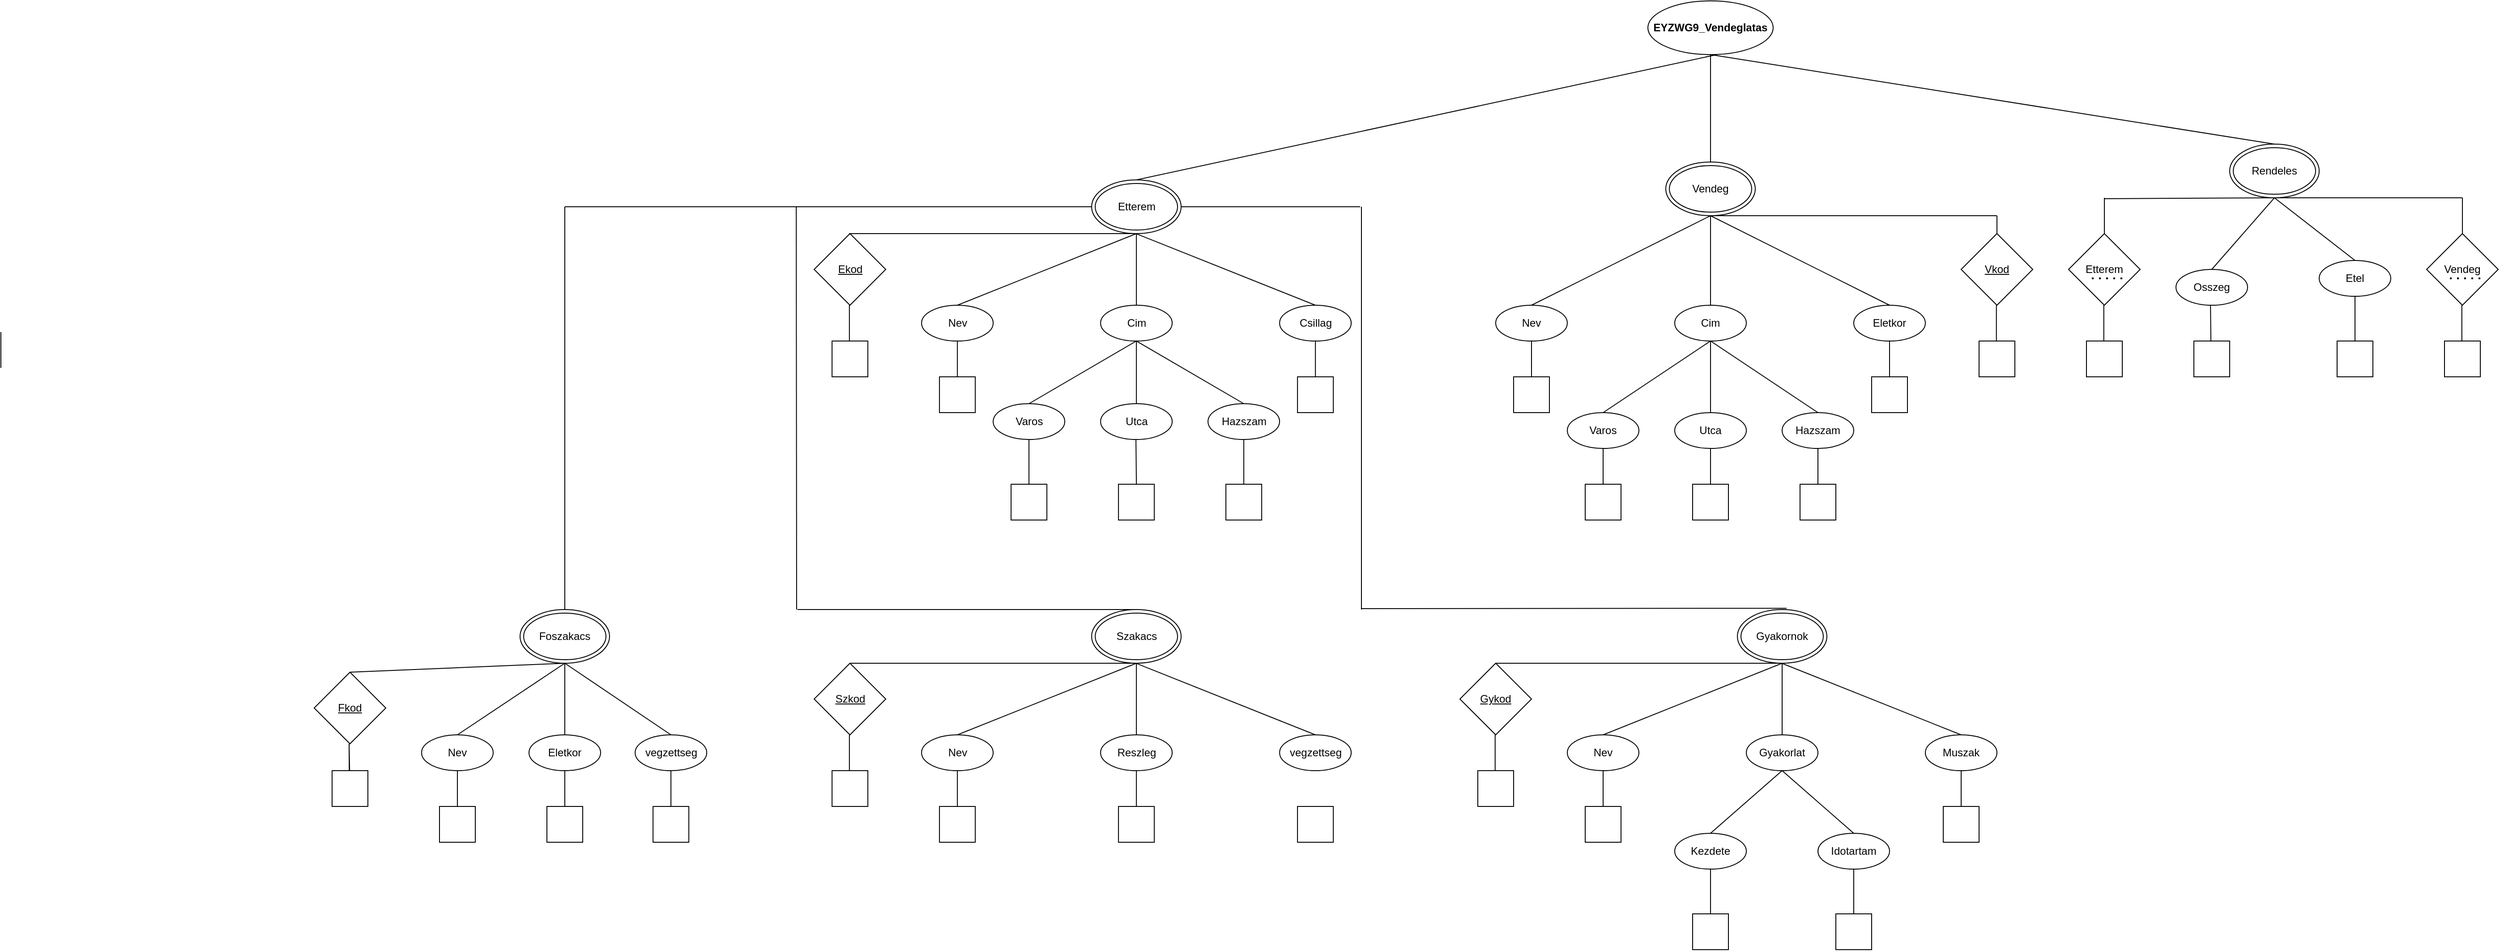
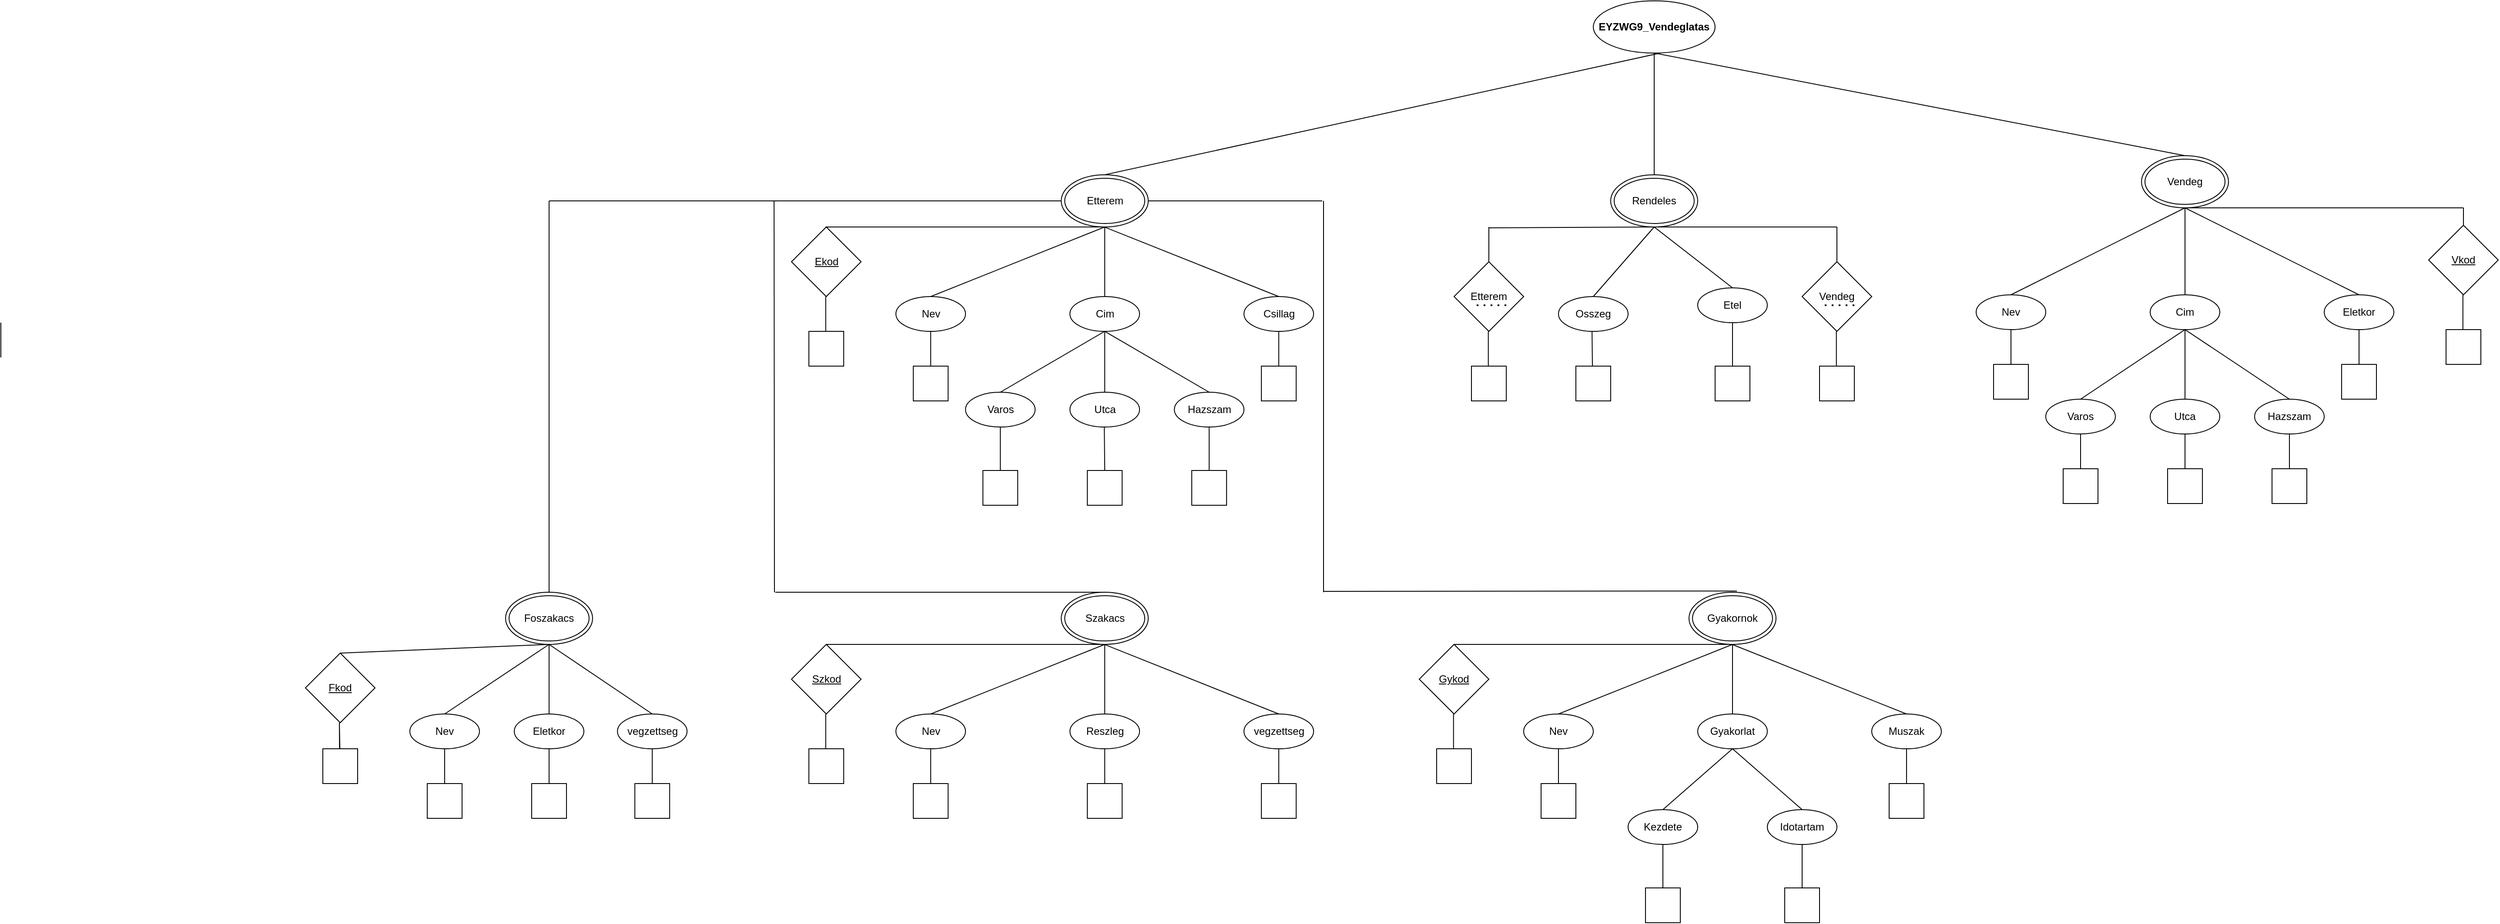
- <mxfile host="app.diagrams.net" agent="Mozilla/5.0 (Windows NT 10.0; Win64; x64) AppleWebKit/537.36 (KHTML, like Gecko) Chrome/145.0.0.0 Safari/537.36" version="29.6.3">
+ <mxfile host="app.diagrams.net" agent="Mozilla/5.0 (Windows NT 10.0; Win64; x64) AppleWebKit/537.36 (KHTML, like Gecko) Chrome/146.0.0.0 Safari/537.36" version="29.6.3">
  <diagram name="Oldal-1" id="nz7WcKxxeswCLz__thEY">
-     <mxGraphModel dx="2935" dy="564" grid="1" gridSize="10" guides="1" tooltips="1" connect="1" arrows="1" fold="1" page="1" pageScale="1" pageWidth="827" pageHeight="1169" math="0" shadow="0">
+     <mxGraphModel dx="3704" dy="902" grid="1" gridSize="10" guides="1" tooltips="1" connect="1" arrows="1" fold="1" page="1" pageScale="1" pageWidth="827" pageHeight="1169" math="0" shadow="0">
      <root>
        <mxCell id="0" />
        <mxCell id="1" parent="0" />
        <mxCell id="hJ1O73lJxuiaSyrEaOxn-101" parent="1" style="whiteSpace=wrap;html=1;aspect=fixed;" value="" vertex="1">
-           <mxGeometry height="40" width="40" x="1200" y="400" as="geometry" />
+           <mxGeometry height="40" width="40" x="560" y="440" as="geometry" />
        </mxCell>
        <mxCell id="hJ1O73lJxuiaSyrEaOxn-102" edge="1" parent="1" style="endArrow=none;html=1;rounded=0;exitX=0.5;exitY=1;exitDx=0;exitDy=0;" value="">
          <mxGeometry height="50" relative="1" width="50" as="geometry">
-             <mxPoint x="1218.57" y="360" as="sourcePoint" />
-             <mxPoint x="1219" y="400" as="targetPoint" />
+             <mxPoint x="578.5699999999999" y="400" as="sourcePoint" />
+             <mxPoint x="579" y="440" as="targetPoint" />
          </mxGeometry>
        </mxCell>
        <mxCell id="hJ1O73lJxuiaSyrEaOxn-97" parent="1" style="whiteSpace=wrap;html=1;aspect=fixed;" value="" vertex="1">
-           <mxGeometry height="40" width="40" x="840" y="440" as="geometry" />
+           <mxGeometry height="40" width="40" x="1440" y="438" as="geometry" />
        </mxCell>
        <mxCell id="hJ1O73lJxuiaSyrEaOxn-98" edge="1" parent="1" source="hJ1O73lJxuiaSyrEaOxn-73" style="endArrow=none;html=1;rounded=0;exitX=0.5;exitY=1;exitDx=0;exitDy=0;" target="hJ1O73lJxuiaSyrEaOxn-97" value="">
          <mxGeometry height="50" relative="1" width="50" as="geometry">
-             <mxPoint x="820" y="400" as="sourcePoint" />
-             <mxPoint x="720.5" y="440" as="targetPoint" />
+             <mxPoint x="1420" y="398" as="sourcePoint" />
+             <mxPoint x="1320.5" y="438" as="targetPoint" />
          </mxGeometry>
        </mxCell>
        <mxCell id="cRNSnMfscdT3k6Sjh0Lz-1" parent="1" style="ellipse;whiteSpace=wrap;html=1;" value="&lt;font dir=&quot;auto&quot; style=&quot;vertical-align: inherit;&quot;&gt;&lt;font dir=&quot;auto&quot; style=&quot;vertical-align: inherit;&quot;&gt;&lt;font dir=&quot;auto&quot; style=&quot;vertical-align: inherit;&quot;&gt;&lt;font dir=&quot;auto&quot; style=&quot;vertical-align: inherit;&quot;&gt;&lt;font dir=&quot;auto&quot; style=&quot;vertical-align: inherit;&quot;&gt;&lt;font dir=&quot;auto&quot; style=&quot;vertical-align: inherit;&quot;&gt;&lt;font dir=&quot;auto&quot; style=&quot;vertical-align: inherit;&quot;&gt;&lt;font dir=&quot;auto&quot; style=&quot;vertical-align: inherit;&quot;&gt;&lt;b&gt;&lt;font dir=&quot;auto&quot; style=&quot;vertical-align: inherit;&quot;&gt;&lt;font dir=&quot;auto&quot; style=&quot;vertical-align: inherit;&quot;&gt;EYZWG9_Vendeglatas&lt;/font&gt;&lt;/font&gt;&lt;/b&gt;&lt;/font&gt;&lt;/font&gt;&lt;/font&gt;&lt;/font&gt;&lt;/font&gt;&lt;/font&gt;&lt;/font&gt;&lt;/font&gt;" vertex="1">
-           <mxGeometry height="60" width="140" x="590" y="20" as="geometry" />
+           <mxGeometry height="60" width="140" x="580" y="20" as="geometry" />
        </mxCell>
        <mxCell id="cRNSnMfscdT3k6Sjh0Lz-2" parent="1" style="ellipse;shape=doubleEllipse;whiteSpace=wrap;html=1;" value="Etterem" vertex="1">
          <mxGeometry height="60" width="100" x="-31.43" y="220" as="geometry" />
        </mxCell>
        <mxCell id="cRNSnMfscdT3k6Sjh0Lz-5" parent="1" style="ellipse;shape=doubleEllipse;whiteSpace=wrap;html=1;" value="Rendeles" vertex="1">
-           <mxGeometry height="60" width="100" x="1240" y="180" as="geometry" />
+           <mxGeometry height="60" width="100" x="600" y="220" as="geometry" />
        </mxCell>
        <mxCell id="cRNSnMfscdT3k6Sjh0Lz-14" edge="1" parent="1" source="cRNSnMfscdT3k6Sjh0Lz-2" style="endArrow=none;html=1;rounded=0;entryX=0.55;entryY=1;entryDx=0;entryDy=0;entryPerimeter=0;exitX=0.5;exitY=0;exitDx=0;exitDy=0;" target="cRNSnMfscdT3k6Sjh0Lz-1" value="">
          <mxGeometry height="50" relative="1" width="50" as="geometry">
            <mxPoint x="100" y="180" as="sourcePoint" />
            <mxPoint x="250" y="100" as="targetPoint" />
          </mxGeometry>
        </mxCell>
        <mxCell id="cRNSnMfscdT3k6Sjh0Lz-15" edge="1" parent="1" source="cRNSnMfscdT3k6Sjh0Lz-5" style="endArrow=none;html=1;rounded=0;exitX=0.5;exitY=0;exitDx=0;exitDy=0;entryX=0.5;entryY=1;entryDx=0;entryDy=0;" target="cRNSnMfscdT3k6Sjh0Lz-1" value="">
          <mxGeometry height="50" relative="1" width="50" as="geometry">
            <mxPoint x="310" y="200" as="sourcePoint" />
            <mxPoint x="400" y="100" as="targetPoint" />
          </mxGeometry>
        </mxCell>
        <mxCell id="cRNSnMfscdT3k6Sjh0Lz-16" edge="1" parent="1" style="endArrow=none;html=1;rounded=0;exitX=0.5;exitY=1;exitDx=0;exitDy=0;entryX=0.5;entryY=0;entryDx=0;entryDy=0;" value="">
          <mxGeometry height="50" relative="1" width="50" as="geometry">
            <mxPoint x="17.57" y="280" as="sourcePoint" />
            <mxPoint x="-302.43" y="280" as="targetPoint" />
          </mxGeometry>
        </mxCell>
        <mxCell id="cRNSnMfscdT3k6Sjh0Lz-17" parent="1" style="rhombus;whiteSpace=wrap;html=1;" value="&lt;u&gt;Ekod&lt;/u&gt;" vertex="1">
          <mxGeometry height="80" width="80" x="-341.43" y="280" as="geometry" />
        </mxCell>
        <mxCell id="cRNSnMfscdT3k6Sjh0Lz-18" parent="1" style="ellipse;whiteSpace=wrap;html=1;" value="Nev" vertex="1">
          <mxGeometry height="40" width="80" x="-221.43" y="360" as="geometry" />
        </mxCell>
        <mxCell id="cRNSnMfscdT3k6Sjh0Lz-20" parent="1" style="ellipse;whiteSpace=wrap;html=1;" value="Cim" vertex="1">
          <mxGeometry height="40" width="80" x="-21.43" y="360" as="geometry" />
        </mxCell>
        <mxCell id="cRNSnMfscdT3k6Sjh0Lz-21" parent="1" style="ellipse;whiteSpace=wrap;html=1;" value="Csillag" vertex="1">
          <mxGeometry height="40" width="80" x="178.57" y="360" as="geometry" />
        </mxCell>
        <mxCell id="cRNSnMfscdT3k6Sjh0Lz-22" parent="1" style="ellipse;whiteSpace=wrap;html=1;" value="Varos" vertex="1">
          <mxGeometry height="40" width="80" x="-141.43" y="470" as="geometry" />
        </mxCell>
        <mxCell id="cRNSnMfscdT3k6Sjh0Lz-23" parent="1" style="ellipse;whiteSpace=wrap;html=1;" value="Utca" vertex="1">
          <mxGeometry height="40" width="80" x="-21.43" y="470" as="geometry" />
        </mxCell>
        <mxCell id="cRNSnMfscdT3k6Sjh0Lz-24" parent="1" style="ellipse;whiteSpace=wrap;html=1;" value="Hazszam" vertex="1">
          <mxGeometry height="40" width="80" x="98.57" y="470" as="geometry" />
        </mxCell>
        <mxCell id="cRNSnMfscdT3k6Sjh0Lz-26" edge="1" parent="1" style="endArrow=none;html=1;rounded=0;entryX=0.5;entryY=0;entryDx=0;entryDy=0;" target="cRNSnMfscdT3k6Sjh0Lz-18" value="">
          <mxGeometry height="50" relative="1" width="50" as="geometry">
            <mxPoint x="18.57" y="280" as="sourcePoint" />
            <mxPoint x="-81.43" y="370" as="targetPoint" />
          </mxGeometry>
        </mxCell>
        <mxCell id="cRNSnMfscdT3k6Sjh0Lz-28" edge="1" parent="1" source="cRNSnMfscdT3k6Sjh0Lz-2" style="endArrow=none;html=1;rounded=0;entryX=0.5;entryY=0;entryDx=0;entryDy=0;exitX=0.5;exitY=1;exitDx=0;exitDy=0;" target="cRNSnMfscdT3k6Sjh0Lz-20" value="">
          <mxGeometry height="50" relative="1" width="50" as="geometry">
            <mxPoint x="68.57" y="310" as="sourcePoint" />
            <mxPoint x="-31.43" y="400" as="targetPoint" />
          </mxGeometry>
        </mxCell>
        <mxCell id="cRNSnMfscdT3k6Sjh0Lz-29" edge="1" parent="1" style="endArrow=none;html=1;rounded=0;entryX=0.5;entryY=0;entryDx=0;entryDy=0;exitX=0.5;exitY=1;exitDx=0;exitDy=0;" target="cRNSnMfscdT3k6Sjh0Lz-21" value="">
          <mxGeometry height="50" relative="1" width="50" as="geometry">
            <mxPoint x="18.07" y="280" as="sourcePoint" />
            <mxPoint x="18.07" y="370" as="targetPoint" />
          </mxGeometry>
        </mxCell>
        <mxCell id="cRNSnMfscdT3k6Sjh0Lz-30" edge="1" parent="1" source="cRNSnMfscdT3k6Sjh0Lz-20" style="endArrow=none;html=1;rounded=0;entryX=0.5;entryY=0;entryDx=0;entryDy=0;exitX=0.5;exitY=1;exitDx=0;exitDy=0;" target="cRNSnMfscdT3k6Sjh0Lz-22" value="">
          <mxGeometry height="50" relative="1" width="50" as="geometry">
            <mxPoint x="-71.93" y="380" as="sourcePoint" />
            <mxPoint x="-71.93" y="470" as="targetPoint" />
          </mxGeometry>
        </mxCell>
        <mxCell id="cRNSnMfscdT3k6Sjh0Lz-32" edge="1" parent="1" source="cRNSnMfscdT3k6Sjh0Lz-20" style="endArrow=none;html=1;rounded=0;entryX=0.5;entryY=0;entryDx=0;entryDy=0;exitX=0.5;exitY=1;exitDx=0;exitDy=0;" target="cRNSnMfscdT3k6Sjh0Lz-24" value="">
          <mxGeometry height="50" relative="1" width="50" as="geometry">
            <mxPoint x="18.07" y="410" as="sourcePoint" />
            <mxPoint x="18.07" y="470" as="targetPoint" />
          </mxGeometry>
        </mxCell>
        <mxCell id="cRNSnMfscdT3k6Sjh0Lz-33" edge="1" parent="1" style="endArrow=none;html=1;rounded=0;" value="">
          <mxGeometry height="50" relative="1" width="50" as="geometry">
            <Array as="points">
              <mxPoint x="-302.06" y="360" />
            </Array>
            <mxPoint x="-302.06" y="420" as="sourcePoint" />
            <mxPoint x="-302.06" y="410" as="targetPoint" />
          </mxGeometry>
        </mxCell>
        <mxCell id="cRNSnMfscdT3k6Sjh0Lz-35" parent="1" style="whiteSpace=wrap;html=1;aspect=fixed;" value="" vertex="1">
          <mxGeometry height="40" width="40" x="-321.43" y="400" as="geometry" />
        </mxCell>
        <mxCell id="cRNSnMfscdT3k6Sjh0Lz-46" parent="1" style="whiteSpace=wrap;html=1;aspect=fixed;" value="" vertex="1">
          <mxGeometry height="40" width="40" x="-121.43" y="560" as="geometry" />
        </mxCell>
        <mxCell id="cRNSnMfscdT3k6Sjh0Lz-52" edge="1" parent="1" style="endArrow=none;html=1;rounded=0;exitX=0.5;exitY=1;exitDx=0;exitDy=0;entryX=0.5;entryY=0;entryDx=0;entryDy=0;" target="cRNSnMfscdT3k6Sjh0Lz-50" value="">
          <mxGeometry height="50" relative="1" width="50" as="geometry">
            <mxPoint x="18.07" y="510" as="sourcePoint" />
            <mxPoint x="18.57" y="550" as="targetPoint" />
          </mxGeometry>
        </mxCell>
        <mxCell id="cRNSnMfscdT3k6Sjh0Lz-50" parent="1" style="whiteSpace=wrap;html=1;aspect=fixed;" value="" vertex="1">
          <mxGeometry height="40" width="40" x="-1.43" y="560" as="geometry" />
        </mxCell>
        <mxCell id="cRNSnMfscdT3k6Sjh0Lz-51" parent="1" style="whiteSpace=wrap;html=1;aspect=fixed;" value="" vertex="1">
          <mxGeometry height="40" width="40" x="118.57" y="560" as="geometry" />
        </mxCell>
        <mxCell id="cRNSnMfscdT3k6Sjh0Lz-56" edge="1" parent="1" source="cRNSnMfscdT3k6Sjh0Lz-21" style="endArrow=none;html=1;rounded=0;exitX=0.5;exitY=1;exitDx=0;exitDy=0;" target="cRNSnMfscdT3k6Sjh0Lz-55" value="">
          <mxGeometry height="50" relative="1" width="50" as="geometry">
            <Array as="points" />
            <mxPoint x="188.57" y="430" as="sourcePoint" />
            <mxPoint x="188.07" y="460" as="targetPoint" />
          </mxGeometry>
        </mxCell>
        <mxCell id="cRNSnMfscdT3k6Sjh0Lz-55" parent="1" style="whiteSpace=wrap;html=1;aspect=fixed;" value="" vertex="1">
          <mxGeometry height="40" width="40" x="198.57" y="440" as="geometry" />
        </mxCell>
        <mxCell id="hJ1O73lJxuiaSyrEaOxn-1" edge="1" parent="1" source="hJ1O73lJxuiaSyrEaOxn-3" style="endArrow=none;html=1;rounded=0;exitX=0.5;exitY=0;exitDx=0;exitDy=0;entryX=0.5;entryY=1;entryDx=0;entryDy=0;" target="cRNSnMfscdT3k6Sjh0Lz-18" value="">
          <mxGeometry height="50" relative="1" width="50" as="geometry">
            <mxPoint x="-151.43" y="440" as="sourcePoint" />
            <mxPoint x="-151.43" y="410" as="targetPoint" />
          </mxGeometry>
        </mxCell>
        <mxCell id="hJ1O73lJxuiaSyrEaOxn-3" parent="1" style="whiteSpace=wrap;html=1;aspect=fixed;" value="" vertex="1">
          <mxGeometry height="40" width="40" x="-201.43" y="440" as="geometry" />
        </mxCell>
        <mxCell id="hJ1O73lJxuiaSyrEaOxn-5" edge="1" parent="1" source="cRNSnMfscdT3k6Sjh0Lz-24" style="endArrow=none;html=1;rounded=0;exitX=0.5;exitY=1;exitDx=0;exitDy=0;" target="cRNSnMfscdT3k6Sjh0Lz-51" value="">
          <mxGeometry height="50" relative="1" width="50" as="geometry">
            <mxPoint x="18.57" y="520" as="sourcePoint" />
            <mxPoint x="19.07" y="560" as="targetPoint" />
          </mxGeometry>
        </mxCell>
        <mxCell id="hJ1O73lJxuiaSyrEaOxn-8" edge="1" parent="1" source="cRNSnMfscdT3k6Sjh0Lz-46" style="endArrow=none;html=1;rounded=0;entryX=0.5;entryY=1;entryDx=0;entryDy=0;" target="cRNSnMfscdT3k6Sjh0Lz-22" value="">
          <mxGeometry height="50" relative="1" width="50" as="geometry">
            <mxPoint x="-141.43" y="560" as="sourcePoint" />
            <mxPoint x="-91.43" y="510" as="targetPoint" />
          </mxGeometry>
        </mxCell>
        <mxCell id="hJ1O73lJxuiaSyrEaOxn-16" parent="1" style="ellipse;whiteSpace=wrap;html=1;" value="Osszeg" vertex="1">
-           <mxGeometry height="40" width="80" x="1180" y="320" as="geometry" />
+           <mxGeometry height="40" width="80" x="540" y="360" as="geometry" />
        </mxCell>
        <mxCell id="hJ1O73lJxuiaSyrEaOxn-19" edge="1" parent="1" source="cRNSnMfscdT3k6Sjh0Lz-5" style="endArrow=none;html=1;rounded=0;entryX=0.5;entryY=0;entryDx=0;entryDy=0;exitX=0.5;exitY=1;exitDx=0;exitDy=0;" target="hJ1O73lJxuiaSyrEaOxn-16" value="">
          <mxGeometry height="50" relative="1" width="50" as="geometry">
-             <mxPoint x="1030" y="300" as="sourcePoint" />
-             <mxPoint x="1230.5" y="380" as="targetPoint" />
+             <mxPoint x="390" y="340" as="sourcePoint" />
+             <mxPoint x="590.5" y="420" as="targetPoint" />
          </mxGeometry>
        </mxCell>
        <mxCell id="hJ1O73lJxuiaSyrEaOxn-17" parent="1" style="ellipse;whiteSpace=wrap;html=1;" value="Etel" vertex="1">
-           <mxGeometry height="40" width="80" x="1340" y="310" as="geometry" />
+           <mxGeometry height="40" width="80" x="700" y="350" as="geometry" />
        </mxCell>
        <mxCell id="hJ1O73lJxuiaSyrEaOxn-20" edge="1" parent="1" style="endArrow=none;html=1;rounded=0;entryX=0.5;entryY=0;entryDx=0;entryDy=0;" target="hJ1O73lJxuiaSyrEaOxn-17" value="">
          <mxGeometry height="50" relative="1" width="50" as="geometry">
-             <mxPoint x="1290" y="240" as="sourcePoint" />
-             <mxPoint x="1210" y="320" as="targetPoint" />
+             <mxPoint x="650" y="280" as="sourcePoint" />
+             <mxPoint x="570" y="360" as="targetPoint" />
          </mxGeometry>
        </mxCell>
        <mxCell id="hJ1O73lJxuiaSyrEaOxn-21" edge="1" parent="1" source="hJ1O73lJxuiaSyrEaOxn-70" style="endArrow=none;html=1;rounded=0;exitX=0.5;exitY=0;exitDx=0;exitDy=0;entryX=0.5;entryY=1;entryDx=0;entryDy=0;" target="cRNSnMfscdT3k6Sjh0Lz-1" value="">
          <mxGeometry height="50" relative="1" width="50" as="geometry">
            <mxPoint x="770" y="180" as="sourcePoint" />
            <mxPoint x="390" y="90" as="targetPoint" />
          </mxGeometry>
        </mxCell>
        <mxCell id="hJ1O73lJxuiaSyrEaOxn-70" parent="1" style="ellipse;shape=doubleEllipse;whiteSpace=wrap;html=1;" value="Vendeg" vertex="1">
-           <mxGeometry height="60" width="100" x="610" y="200" as="geometry" />
+           <mxGeometry height="60" width="100" x="1210" y="198" as="geometry" />
        </mxCell>
        <mxCell id="hJ1O73lJxuiaSyrEaOxn-71" parent="1" style="ellipse;whiteSpace=wrap;html=1;" value="Cim" vertex="1">
-           <mxGeometry height="40" width="80" x="620" y="360" as="geometry" />
+           <mxGeometry height="40" width="80" x="1220" y="358" as="geometry" />
        </mxCell>
        <mxCell id="hJ1O73lJxuiaSyrEaOxn-73" parent="1" style="ellipse;whiteSpace=wrap;html=1;" value="Eletkor" vertex="1">
-           <mxGeometry height="40" width="80" x="820" y="360" as="geometry" />
+           <mxGeometry height="40" width="80" x="1420" y="358" as="geometry" />
        </mxCell>
        <mxCell id="hJ1O73lJxuiaSyrEaOxn-74" parent="1" style="ellipse;whiteSpace=wrap;html=1;" value="Nev" vertex="1">
-           <mxGeometry height="40" width="80" x="420" y="360" as="geometry" />
+           <mxGeometry height="40" width="80" x="1020" y="358" as="geometry" />
        </mxCell>
        <mxCell id="hJ1O73lJxuiaSyrEaOxn-75" parent="1" style="ellipse;whiteSpace=wrap;html=1;" value="Varos" vertex="1">
-           <mxGeometry height="40" width="80" x="500" y="480" as="geometry" />
+           <mxGeometry height="40" width="80" x="1100" y="478" as="geometry" />
        </mxCell>
        <mxCell id="hJ1O73lJxuiaSyrEaOxn-76" parent="1" style="ellipse;whiteSpace=wrap;html=1;" value="Utca" vertex="1">
-           <mxGeometry height="40" width="80" x="620" y="480" as="geometry" />
+           <mxGeometry height="40" width="80" x="1220" y="478" as="geometry" />
        </mxCell>
        <mxCell id="hJ1O73lJxuiaSyrEaOxn-77" parent="1" style="ellipse;whiteSpace=wrap;html=1;" value="Hazszam" vertex="1">
-           <mxGeometry height="40" width="80" x="740" y="480" as="geometry" />
+           <mxGeometry height="40" width="80" x="1340" y="478" as="geometry" />
        </mxCell>
        <mxCell id="hJ1O73lJxuiaSyrEaOxn-78" edge="1" parent="1" source="hJ1O73lJxuiaSyrEaOxn-70" style="endArrow=none;html=1;rounded=0;entryX=0.5;entryY=0;entryDx=0;entryDy=0;exitX=0.5;exitY=1;exitDx=0;exitDy=0;" target="hJ1O73lJxuiaSyrEaOxn-71" value="">
          <mxGeometry height="50" relative="1" width="50" as="geometry">
-             <mxPoint x="680" y="240" as="sourcePoint" />
-             <mxPoint x="580" y="330" as="targetPoint" />
+             <mxPoint x="1280" y="238" as="sourcePoint" />
+             <mxPoint x="1180" y="328" as="targetPoint" />
          </mxGeometry>
        </mxCell>
        <mxCell id="hJ1O73lJxuiaSyrEaOxn-79" edge="1" parent="1" source="hJ1O73lJxuiaSyrEaOxn-70" style="endArrow=none;html=1;rounded=0;entryX=0.5;entryY=0;entryDx=0;entryDy=0;exitX=0.5;exitY=1;exitDx=0;exitDy=0;" target="hJ1O73lJxuiaSyrEaOxn-73" value="">
          <mxGeometry height="50" relative="1" width="50" as="geometry">
-             <mxPoint x="730" y="270" as="sourcePoint" />
-             <mxPoint x="630" y="360" as="targetPoint" />
-           </mxGeometry>
-         </mxCell>
-         <mxCell id="hJ1O73lJxuiaSyrEaOxn-80" edge="1" parent="1" source="hJ1O73lJxuiaSyrEaOxn-70" style="endArrow=none;html=1;rounded=0;entryX=0.5;entryY=0;entryDx=0;entryDy=0;exitX=0.5;exitY=1;exitDx=0;exitDy=0;" target="hJ1O73lJxuiaSyrEaOxn-74" value="">
-           <mxGeometry height="50" relative="1" width="50" as="geometry">
-             <mxPoint x="679.5" y="240" as="sourcePoint" />
-             <mxPoint x="679.5" y="330" as="targetPoint" />
+             <mxPoint x="1330" y="268" as="sourcePoint" />
+             <mxPoint x="1230" y="358" as="targetPoint" />
+           </mxGeometry>
+         </mxCell>
+         <mxCell id="hJ1O73lJxuiaSyrEaOxn-80" edge="1" parent="1" source="hJ1O73lJxuiaSyrEaOxn-70" style="endArrow=none;html=1;rounded=0;entryX=0.5;entryY=0;entryDx=0;entryDy=0;exitX=0.5;exitY=1;exitDx=0;exitDy=0;" value="">
+           <mxGeometry height="50" relative="1" width="50" as="geometry">
+             <mxPoint x="1279.5" y="238" as="sourcePoint" />
+             <mxPoint x="1060" y="358" as="targetPoint" />
          </mxGeometry>
        </mxCell>
        <mxCell id="hJ1O73lJxuiaSyrEaOxn-81" edge="1" parent="1" source="hJ1O73lJxuiaSyrEaOxn-71" style="endArrow=none;html=1;rounded=0;entryX=0.5;entryY=0;entryDx=0;entryDy=0;exitX=0.5;exitY=1;exitDx=0;exitDy=0;" target="hJ1O73lJxuiaSyrEaOxn-75" value="">
          <mxGeometry height="50" relative="1" width="50" as="geometry">
-             <mxPoint x="749.5" y="380" as="sourcePoint" />
-             <mxPoint x="540" y="510" as="targetPoint" />
+             <mxPoint x="1349.5" y="378" as="sourcePoint" />
+             <mxPoint x="1140" y="508" as="targetPoint" />
          </mxGeometry>
        </mxCell>
        <mxCell id="hJ1O73lJxuiaSyrEaOxn-83" edge="1" parent="1" source="hJ1O73lJxuiaSyrEaOxn-71" style="endArrow=none;html=1;rounded=0;entryX=0.5;entryY=0;entryDx=0;entryDy=0;exitX=0.5;exitY=1;exitDx=0;exitDy=0;" target="hJ1O73lJxuiaSyrEaOxn-77" value="">
          <mxGeometry height="50" relative="1" width="50" as="geometry">
-             <mxPoint x="879.5" y="410" as="sourcePoint" />
-             <mxPoint x="879.5" y="470" as="targetPoint" />
+             <mxPoint x="1479.5" y="408" as="sourcePoint" />
+             <mxPoint x="1479.5" y="468" as="targetPoint" />
          </mxGeometry>
        </mxCell>
        <mxCell id="hJ1O73lJxuiaSyrEaOxn-85" edge="1" parent="1" source="hJ1O73lJxuiaSyrEaOxn-76" style="endArrow=none;html=1;rounded=0;exitX=0.5;exitY=1;exitDx=0;exitDy=0;entryX=0.5;entryY=0;entryDx=0;entryDy=0;" target="hJ1O73lJxuiaSyrEaOxn-86" value="">
          <mxGeometry height="50" relative="1" width="50" as="geometry">
-             <mxPoint x="679.5" y="550" as="sourcePoint" />
-             <mxPoint x="680" y="590" as="targetPoint" />
+             <mxPoint x="1279.5" y="548" as="sourcePoint" />
+             <mxPoint x="1280" y="588" as="targetPoint" />
          </mxGeometry>
        </mxCell>
        <mxCell id="hJ1O73lJxuiaSyrEaOxn-86" parent="1" style="whiteSpace=wrap;html=1;aspect=fixed;" value="" vertex="1">
-           <mxGeometry height="40" width="40" x="640" y="560" as="geometry" />
+           <mxGeometry height="40" width="40" x="1240" y="558" as="geometry" />
        </mxCell>
        <mxCell id="hJ1O73lJxuiaSyrEaOxn-87" parent="1" style="whiteSpace=wrap;html=1;aspect=fixed;" value="" vertex="1">
-           <mxGeometry height="40" width="40" x="760" y="560" as="geometry" />
-         </mxCell>
-         <mxCell id="hJ1O73lJxuiaSyrEaOxn-88" edge="1" parent="1" source="hJ1O73lJxuiaSyrEaOxn-74" style="endArrow=none;html=1;rounded=0;exitX=0.5;exitY=1;exitDx=0;exitDy=0;" target="hJ1O73lJxuiaSyrEaOxn-89" value="">
+           <mxGeometry height="40" width="40" x="1360" y="558" as="geometry" />
+         </mxCell>
+         <mxCell id="hJ1O73lJxuiaSyrEaOxn-88" edge="1" parent="1" style="endArrow=none;html=1;rounded=0;exitX=0.5;exitY=1;exitDx=0;exitDy=0;" target="hJ1O73lJxuiaSyrEaOxn-89" value="">
          <mxGeometry height="50" relative="1" width="50" as="geometry">
            <Array as="points" />
-             <mxPoint x="490" y="430" as="sourcePoint" />
-             <mxPoint x="489.5" y="460" as="targetPoint" />
+             <mxPoint x="1060" y="398" as="sourcePoint" />
+             <mxPoint x="1089.5" y="458" as="targetPoint" />
          </mxGeometry>
        </mxCell>
        <mxCell id="hJ1O73lJxuiaSyrEaOxn-89" parent="1" style="whiteSpace=wrap;html=1;aspect=fixed;" value="" vertex="1">
-           <mxGeometry height="40" width="40" x="440" y="440" as="geometry" />
+           <mxGeometry height="40" width="40" x="1040" y="438" as="geometry" />
        </mxCell>
        <mxCell id="hJ1O73lJxuiaSyrEaOxn-92" edge="1" parent="1" source="hJ1O73lJxuiaSyrEaOxn-77" style="endArrow=none;html=1;rounded=0;exitX=0.5;exitY=1;exitDx=0;exitDy=0;" target="hJ1O73lJxuiaSyrEaOxn-87" value="">
          <mxGeometry height="50" relative="1" width="50" as="geometry">
-             <mxPoint x="680" y="560" as="sourcePoint" />
-             <mxPoint x="680.5" y="600" as="targetPoint" />
+             <mxPoint x="1280" y="558" as="sourcePoint" />
+             <mxPoint x="1280.5" y="598" as="targetPoint" />
          </mxGeometry>
        </mxCell>
        <mxCell id="hJ1O73lJxuiaSyrEaOxn-93" edge="1" parent="1" source="hJ1O73lJxuiaSyrEaOxn-84" style="endArrow=none;html=1;rounded=0;entryX=0.5;entryY=1;entryDx=0;entryDy=0;" target="hJ1O73lJxuiaSyrEaOxn-75" value="">
          <mxGeometry height="50" relative="1" width="50" as="geometry">
-             <mxPoint x="540" y="600" as="sourcePoint" />
-             <mxPoint x="540" y="550" as="targetPoint" />
+             <mxPoint x="1140" y="598" as="sourcePoint" />
+             <mxPoint x="1140" y="548" as="targetPoint" />
          </mxGeometry>
        </mxCell>
        <mxCell id="hJ1O73lJxuiaSyrEaOxn-99" parent="1" style="whiteSpace=wrap;html=1;aspect=fixed;" value="" vertex="1">
-           <mxGeometry height="40" width="40" x="1360" y="400" as="geometry" />
+           <mxGeometry height="40" width="40" x="720" y="440" as="geometry" />
        </mxCell>
        <mxCell id="hJ1O73lJxuiaSyrEaOxn-100" edge="1" parent="1" source="hJ1O73lJxuiaSyrEaOxn-17" style="endArrow=none;html=1;rounded=0;exitX=0.5;exitY=1;exitDx=0;exitDy=0;entryX=0.5;entryY=0;entryDx=0;entryDy=0;" target="hJ1O73lJxuiaSyrEaOxn-99" value="">
          <mxGeometry height="50" relative="1" width="50" as="geometry">
-             <mxPoint x="1390" y="360" as="sourcePoint" />
-             <mxPoint x="1390" y="400" as="targetPoint" />
+             <mxPoint x="750" y="400" as="sourcePoint" />
+             <mxPoint x="750" y="440" as="targetPoint" />
          </mxGeometry>
        </mxCell>
        <mxCell id="hJ1O73lJxuiaSyrEaOxn-94" edge="1" parent="1" source="hJ1O73lJxuiaSyrEaOxn-71" style="endArrow=none;html=1;rounded=0;entryX=0.5;entryY=0;entryDx=0;entryDy=0;exitX=0.5;exitY=1;exitDx=0;exitDy=0;" target="hJ1O73lJxuiaSyrEaOxn-76" value="">
          <mxGeometry height="50" relative="1" width="50" as="geometry">
-             <mxPoint x="880" y="400" as="sourcePoint" />
-             <mxPoint x="830" y="490" as="targetPoint" />
+             <mxPoint x="1480" y="398" as="sourcePoint" />
+             <mxPoint x="1430" y="488" as="targetPoint" />
          </mxGeometry>
        </mxCell>
        <mxCell id="RG7e_Q1HWxDHngHTMkDe-1" parent="1" style="ellipse;shape=doubleEllipse;whiteSpace=wrap;html=1;" value="Szakacs" vertex="1">
          <mxGeometry height="60" width="100" x="-31.430000000000007" y="700" as="geometry" />
        </mxCell>
        <mxCell id="RG7e_Q1HWxDHngHTMkDe-2" edge="1" parent="1" source="RG7e_Q1HWxDHngHTMkDe-1" style="endArrow=none;html=1;rounded=0;exitX=0.5;exitY=1;exitDx=0;exitDy=0;entryX=0.5;entryY=0;entryDx=0;entryDy=0;" target="RG7e_Q1HWxDHngHTMkDe-3" value="">
          <mxGeometry height="50" relative="1" width="50" as="geometry">
            <mxPoint x="-41.43000000000001" y="810" as="sourcePoint" />
            <mxPoint x="-41.43000000000001" y="800" as="targetPoint" />
          </mxGeometry>
        </mxCell>
        <mxCell id="RG7e_Q1HWxDHngHTMkDe-3" parent="1" style="rhombus;whiteSpace=wrap;html=1;" value="&lt;u&gt;Szkod&lt;/u&gt;" vertex="1">
          <mxGeometry height="80" width="80" x="-341.43000000000006" y="760" as="geometry" />
        </mxCell>
        <mxCell id="RG7e_Q1HWxDHngHTMkDe-4" parent="1" style="ellipse;whiteSpace=wrap;html=1;" value="Nev" vertex="1">
          <mxGeometry height="40" width="80" x="-221.43000000000006" y="840" as="geometry" />
        </mxCell>
        <mxCell id="RG7e_Q1HWxDHngHTMkDe-6" parent="1" style="ellipse;whiteSpace=wrap;html=1;" value="Reszleg" vertex="1">
          <mxGeometry height="40" width="80" x="-21.430000000000007" y="840" as="geometry" />
        </mxCell>
        <mxCell id="RG7e_Q1HWxDHngHTMkDe-7" parent="1" style="ellipse;whiteSpace=wrap;html=1;" value="vegzettseg" vertex="1">
          <mxGeometry height="40" width="80" x="178.57" y="840" as="geometry" />
        </mxCell>
        <mxCell id="RG7e_Q1HWxDHngHTMkDe-11" edge="1" parent="1" style="endArrow=none;html=1;rounded=0;entryX=0.5;entryY=0;entryDx=0;entryDy=0;" target="RG7e_Q1HWxDHngHTMkDe-4" value="">
          <mxGeometry height="50" relative="1" width="50" as="geometry">
            <mxPoint x="18.569999999999993" y="760" as="sourcePoint" />
            <mxPoint x="-81.43" y="850" as="targetPoint" />
          </mxGeometry>
        </mxCell>
        <mxCell id="RG7e_Q1HWxDHngHTMkDe-12" edge="1" parent="1" source="RG7e_Q1HWxDHngHTMkDe-1" style="endArrow=none;html=1;rounded=0;entryX=0.5;entryY=0;entryDx=0;entryDy=0;exitX=0.5;exitY=1;exitDx=0;exitDy=0;" target="RG7e_Q1HWxDHngHTMkDe-6" value="">
          <mxGeometry height="50" relative="1" width="50" as="geometry">
            <mxPoint x="68.57" y="790" as="sourcePoint" />
            <mxPoint x="-31.430000000000007" y="880" as="targetPoint" />
          </mxGeometry>
        </mxCell>
        <mxCell id="RG7e_Q1HWxDHngHTMkDe-13" edge="1" parent="1" style="endArrow=none;html=1;rounded=0;entryX=0.5;entryY=0;entryDx=0;entryDy=0;exitX=0.5;exitY=1;exitDx=0;exitDy=0;" target="RG7e_Q1HWxDHngHTMkDe-7" value="">
          <mxGeometry height="50" relative="1" width="50" as="geometry">
            <mxPoint x="18.069999999999993" y="760" as="sourcePoint" />
            <mxPoint x="18.069999999999993" y="850" as="targetPoint" />
          </mxGeometry>
        </mxCell>
        <mxCell id="RG7e_Q1HWxDHngHTMkDe-17" edge="1" parent="1" style="endArrow=none;html=1;rounded=0;" value="">
          <mxGeometry height="50" relative="1" width="50" as="geometry">
            <Array as="points">
              <mxPoint x="-302.05999999999995" y="840" />
            </Array>
            <mxPoint x="-302.05999999999995" y="900" as="sourcePoint" />
            <mxPoint x="-302.05999999999995" y="890" as="targetPoint" />
          </mxGeometry>
        </mxCell>
        <mxCell id="RG7e_Q1HWxDHngHTMkDe-18" parent="1" style="whiteSpace=wrap;html=1;aspect=fixed;" value="" vertex="1">
          <mxGeometry height="40" width="40" x="-321.43000000000006" y="880" as="geometry" />
        </mxCell>
        <mxCell id="RG7e_Q1HWxDHngHTMkDe-23" edge="1" parent="1" style="endArrow=none;html=1;rounded=0;exitX=0.5;exitY=1;exitDx=0;exitDy=0;" value="">
          <mxGeometry height="50" relative="1" width="50" as="geometry">
            <Array as="points" />
            <mxPoint x="-1249.9999999999995" y="390" as="sourcePoint" />
            <mxPoint x="-1249.9999999999995" y="430" as="targetPoint" />
          </mxGeometry>
        </mxCell>
        <mxCell id="RG7e_Q1HWxDHngHTMkDe-24" parent="1" style="whiteSpace=wrap;html=1;aspect=fixed;" value="" vertex="1">
          <mxGeometry height="40" width="40" x="198.57" y="920" as="geometry" />
        </mxCell>
        <mxCell id="RG7e_Q1HWxDHngHTMkDe-25" edge="1" parent="1" source="RG7e_Q1HWxDHngHTMkDe-26" style="endArrow=none;html=1;rounded=0;exitX=0.5;exitY=0;exitDx=0;exitDy=0;entryX=0.5;entryY=1;entryDx=0;entryDy=0;" target="RG7e_Q1HWxDHngHTMkDe-4" value="">
          <mxGeometry height="50" relative="1" width="50" as="geometry">
            <mxPoint x="-151.43000000000006" y="920" as="sourcePoint" />
            <mxPoint x="-151.43000000000006" y="890" as="targetPoint" />
          </mxGeometry>
        </mxCell>
        <mxCell id="RG7e_Q1HWxDHngHTMkDe-26" parent="1" style="whiteSpace=wrap;html=1;aspect=fixed;" value="" vertex="1">
          <mxGeometry height="40" width="40" x="-201.43000000000006" y="920" as="geometry" />
        </mxCell>
        <mxCell id="RG7e_Q1HWxDHngHTMkDe-29" edge="1" parent="1" source="RG7e_Q1HWxDHngHTMkDe-6" style="endArrow=none;html=1;rounded=0;exitX=0.5;exitY=1;exitDx=0;exitDy=0;entryX=0.5;entryY=0;entryDx=0;entryDy=0;" target="RG7e_Q1HWxDHngHTMkDe-30" value="">
          <mxGeometry height="50" relative="1" width="50" as="geometry">
            <mxPoint x="-271.43000000000006" y="920" as="sourcePoint" />
            <mxPoint x="18.569999999999993" y="910" as="targetPoint" />
          </mxGeometry>
        </mxCell>
        <mxCell id="RG7e_Q1HWxDHngHTMkDe-30" parent="1" style="whiteSpace=wrap;html=1;aspect=fixed;" value="" vertex="1">
          <mxGeometry height="40" width="40" x="-1.4300000000000068" y="920" as="geometry" />
        </mxCell>
        <mxCell id="RG7e_Q1HWxDHngHTMkDe-33" parent="1" style="ellipse;shape=doubleEllipse;whiteSpace=wrap;html=1;" value="Foszakacs" vertex="1">
          <mxGeometry height="60" width="100" x="-670" y="700" as="geometry" />
        </mxCell>
        <mxCell id="RG7e_Q1HWxDHngHTMkDe-35" parent="1" style="rhombus;whiteSpace=wrap;html=1;" value="&lt;u&gt;Fkod&lt;/u&gt;" vertex="1">
          <mxGeometry height="80" width="80" x="-900" y="770" as="geometry" />
        </mxCell>
        <mxCell id="RG7e_Q1HWxDHngHTMkDe-36" parent="1" style="ellipse;whiteSpace=wrap;html=1;" value="Nev" vertex="1">
          <mxGeometry height="40" width="80" x="-780" y="840" as="geometry" />
        </mxCell>
        <mxCell id="RG7e_Q1HWxDHngHTMkDe-37" parent="1" style="ellipse;whiteSpace=wrap;html=1;" value="Eletkor" vertex="1">
          <mxGeometry height="40" width="80" x="-660" y="840" as="geometry" />
        </mxCell>
        <mxCell id="RG7e_Q1HWxDHngHTMkDe-38" parent="1" style="ellipse;whiteSpace=wrap;html=1;" value="vegzettseg" vertex="1">
          <mxGeometry height="40" width="80" x="-541.4300000000001" y="840" as="geometry" />
        </mxCell>
        <mxCell id="RG7e_Q1HWxDHngHTMkDe-40" edge="1" parent="1" source="RG7e_Q1HWxDHngHTMkDe-33" style="endArrow=none;html=1;rounded=0;entryX=0.5;entryY=0;entryDx=0;entryDy=0;exitX=0.5;exitY=1;exitDx=0;exitDy=0;" target="RG7e_Q1HWxDHngHTMkDe-37" value="">
          <mxGeometry height="50" relative="1" width="50" as="geometry">
            <mxPoint x="-490" y="790" as="sourcePoint" />
            <mxPoint x="-590" y="880" as="targetPoint" />
          </mxGeometry>
        </mxCell>
        <mxCell id="RG7e_Q1HWxDHngHTMkDe-42" edge="1" parent="1" source="RG7e_Q1HWxDHngHTMkDe-43" style="endArrow=none;html=1;rounded=0;" value="">
          <mxGeometry height="50" relative="1" width="50" as="geometry">
            <Array as="points">
              <mxPoint x="-861" y="850" />
            </Array>
            <mxPoint x="-860.6300000000001" y="920" as="sourcePoint" />
            <mxPoint x="-860.6300000000001" y="910" as="targetPoint" />
          </mxGeometry>
        </mxCell>
        <mxCell id="RG7e_Q1HWxDHngHTMkDe-44" edge="1" parent="1" source="RG7e_Q1HWxDHngHTMkDe-38" style="endArrow=none;html=1;rounded=0;exitX=0.5;exitY=1;exitDx=0;exitDy=0;" target="RG7e_Q1HWxDHngHTMkDe-45" value="">
          <mxGeometry height="50" relative="1" width="50" as="geometry">
            <Array as="points" />
            <mxPoint x="-370" y="910" as="sourcePoint" />
            <mxPoint x="-370.5" y="940" as="targetPoint" />
          </mxGeometry>
        </mxCell>
        <mxCell id="RG7e_Q1HWxDHngHTMkDe-45" parent="1" style="whiteSpace=wrap;html=1;aspect=fixed;" value="" vertex="1">
          <mxGeometry height="40" width="40" x="-521.4300000000001" y="920" as="geometry" />
        </mxCell>
        <mxCell id="RG7e_Q1HWxDHngHTMkDe-46" edge="1" parent="1" source="RG7e_Q1HWxDHngHTMkDe-47" style="endArrow=none;html=1;rounded=0;exitX=0.5;exitY=0;exitDx=0;exitDy=0;entryX=0.5;entryY=1;entryDx=0;entryDy=0;" target="RG7e_Q1HWxDHngHTMkDe-36" value="">
          <mxGeometry height="50" relative="1" width="50" as="geometry">
            <mxPoint x="-710" y="920" as="sourcePoint" />
            <mxPoint x="-710" y="890" as="targetPoint" />
          </mxGeometry>
        </mxCell>
        <mxCell id="RG7e_Q1HWxDHngHTMkDe-47" parent="1" style="whiteSpace=wrap;html=1;aspect=fixed;" value="" vertex="1">
          <mxGeometry height="40" width="40" x="-760" y="920" as="geometry" />
        </mxCell>
        <mxCell id="RG7e_Q1HWxDHngHTMkDe-48" edge="1" parent="1" source="RG7e_Q1HWxDHngHTMkDe-37" style="endArrow=none;html=1;rounded=0;exitX=0.5;exitY=1;exitDx=0;exitDy=0;entryX=0.5;entryY=0;entryDx=0;entryDy=0;" target="RG7e_Q1HWxDHngHTMkDe-49" value="">
          <mxGeometry height="50" relative="1" width="50" as="geometry">
            <mxPoint x="-830" y="920" as="sourcePoint" />
            <mxPoint x="-540" y="910" as="targetPoint" />
          </mxGeometry>
        </mxCell>
        <mxCell id="RG7e_Q1HWxDHngHTMkDe-49" parent="1" style="whiteSpace=wrap;html=1;aspect=fixed;" value="" vertex="1">
          <mxGeometry height="40" width="40" x="-640" y="920" as="geometry" />
        </mxCell>
        <mxCell id="RG7e_Q1HWxDHngHTMkDe-50" parent="1" style="ellipse;shape=doubleEllipse;whiteSpace=wrap;html=1;" value="Gyakornok" vertex="1">
          <mxGeometry height="60" width="100" x="690" y="700" as="geometry" />
        </mxCell>
        <mxCell id="RG7e_Q1HWxDHngHTMkDe-51" edge="1" parent="1" source="RG7e_Q1HWxDHngHTMkDe-50" style="endArrow=none;html=1;rounded=0;exitX=0.5;exitY=1;exitDx=0;exitDy=0;entryX=0.5;entryY=0;entryDx=0;entryDy=0;" target="RG7e_Q1HWxDHngHTMkDe-52" value="">
          <mxGeometry height="50" relative="1" width="50" as="geometry">
            <mxPoint x="680" y="810" as="sourcePoint" />
            <mxPoint x="680" y="800" as="targetPoint" />
          </mxGeometry>
        </mxCell>
        <mxCell id="RG7e_Q1HWxDHngHTMkDe-52" parent="1" style="rhombus;whiteSpace=wrap;html=1;" value="&lt;u&gt;Gykod&lt;/u&gt;" vertex="1">
          <mxGeometry height="80" width="80" x="380" y="760" as="geometry" />
        </mxCell>
        <mxCell id="RG7e_Q1HWxDHngHTMkDe-53" parent="1" style="ellipse;whiteSpace=wrap;html=1;" value="Nev" vertex="1">
          <mxGeometry height="40" width="80" x="500" y="840" as="geometry" />
        </mxCell>
        <mxCell id="RG7e_Q1HWxDHngHTMkDe-55" parent="1" style="ellipse;whiteSpace=wrap;html=1;" value="Gyakorlat" vertex="1">
          <mxGeometry height="40" width="80" x="700" y="840" as="geometry" />
        </mxCell>
        <mxCell id="RG7e_Q1HWxDHngHTMkDe-56" parent="1" style="ellipse;whiteSpace=wrap;html=1;" value="Muszak" vertex="1">
          <mxGeometry height="40" width="80" x="900" y="840" as="geometry" />
        </mxCell>
        <mxCell id="RG7e_Q1HWxDHngHTMkDe-57" parent="1" style="ellipse;whiteSpace=wrap;html=1;" value="Kezdete" vertex="1">
          <mxGeometry height="40" width="80" x="620" y="950" as="geometry" />
        </mxCell>
        <mxCell id="RG7e_Q1HWxDHngHTMkDe-59" parent="1" style="ellipse;whiteSpace=wrap;html=1;" value="Idotartam" vertex="1">
          <mxGeometry height="40" width="80" x="780" y="950" as="geometry" />
        </mxCell>
        <mxCell id="RG7e_Q1HWxDHngHTMkDe-60" edge="1" parent="1" style="endArrow=none;html=1;rounded=0;entryX=0.5;entryY=0;entryDx=0;entryDy=0;" target="RG7e_Q1HWxDHngHTMkDe-53" value="">
          <mxGeometry height="50" relative="1" width="50" as="geometry">
            <mxPoint x="740" y="760" as="sourcePoint" />
            <mxPoint x="640" y="850" as="targetPoint" />
          </mxGeometry>
        </mxCell>
        <mxCell id="RG7e_Q1HWxDHngHTMkDe-61" edge="1" parent="1" source="RG7e_Q1HWxDHngHTMkDe-50" style="endArrow=none;html=1;rounded=0;entryX=0.5;entryY=0;entryDx=0;entryDy=0;exitX=0.5;exitY=1;exitDx=0;exitDy=0;" target="RG7e_Q1HWxDHngHTMkDe-55" value="">
          <mxGeometry height="50" relative="1" width="50" as="geometry">
            <mxPoint x="790" y="790" as="sourcePoint" />
            <mxPoint x="690" y="880" as="targetPoint" />
          </mxGeometry>
        </mxCell>
        <mxCell id="RG7e_Q1HWxDHngHTMkDe-62" edge="1" parent="1" style="endArrow=none;html=1;rounded=0;entryX=0.5;entryY=0;entryDx=0;entryDy=0;exitX=0.5;exitY=1;exitDx=0;exitDy=0;" target="RG7e_Q1HWxDHngHTMkDe-56" value="">
          <mxGeometry height="50" relative="1" width="50" as="geometry">
            <mxPoint x="739.5" y="760" as="sourcePoint" />
            <mxPoint x="739.5" y="850" as="targetPoint" />
          </mxGeometry>
        </mxCell>
        <mxCell id="RG7e_Q1HWxDHngHTMkDe-63" edge="1" parent="1" source="RG7e_Q1HWxDHngHTMkDe-55" style="endArrow=none;html=1;rounded=0;entryX=0.5;entryY=0;entryDx=0;entryDy=0;exitX=0.5;exitY=1;exitDx=0;exitDy=0;" target="RG7e_Q1HWxDHngHTMkDe-57" value="">
          <mxGeometry height="50" relative="1" width="50" as="geometry">
            <mxPoint x="649.5" y="860" as="sourcePoint" />
            <mxPoint x="649.5" y="950" as="targetPoint" />
          </mxGeometry>
        </mxCell>
        <mxCell id="RG7e_Q1HWxDHngHTMkDe-65" edge="1" parent="1" source="RG7e_Q1HWxDHngHTMkDe-55" style="endArrow=none;html=1;rounded=0;entryX=0.5;entryY=0;entryDx=0;entryDy=0;exitX=0.5;exitY=1;exitDx=0;exitDy=0;" target="RG7e_Q1HWxDHngHTMkDe-59" value="">
          <mxGeometry height="50" relative="1" width="50" as="geometry">
            <mxPoint x="739.5" y="890" as="sourcePoint" />
            <mxPoint x="739.5" y="950" as="targetPoint" />
          </mxGeometry>
        </mxCell>
        <mxCell id="RG7e_Q1HWxDHngHTMkDe-66" edge="1" parent="1" style="endArrow=none;html=1;rounded=0;" value="">
          <mxGeometry height="50" relative="1" width="50" as="geometry">
            <Array as="points">
              <mxPoint x="419.3699999999999" y="840" />
            </Array>
            <mxPoint x="419.3699999999999" y="900" as="sourcePoint" />
            <mxPoint x="419.3699999999999" y="890" as="targetPoint" />
          </mxGeometry>
        </mxCell>
        <mxCell id="RG7e_Q1HWxDHngHTMkDe-67" parent="1" style="whiteSpace=wrap;html=1;aspect=fixed;" value="" vertex="1">
          <mxGeometry height="40" width="40" x="400" y="880" as="geometry" />
        </mxCell>
        <mxCell id="RG7e_Q1HWxDHngHTMkDe-68" parent="1" style="whiteSpace=wrap;html=1;aspect=fixed;" value="" vertex="1">
          <mxGeometry height="40" width="40" x="640" y="1040" as="geometry" />
        </mxCell>
        <mxCell id="RG7e_Q1HWxDHngHTMkDe-71" parent="1" style="whiteSpace=wrap;html=1;aspect=fixed;" value="" vertex="1">
          <mxGeometry height="40" width="40" x="800" y="1040" as="geometry" />
        </mxCell>
        <mxCell id="RG7e_Q1HWxDHngHTMkDe-72" edge="1" parent="1" source="RG7e_Q1HWxDHngHTMkDe-56" style="endArrow=none;html=1;rounded=0;exitX=0.5;exitY=1;exitDx=0;exitDy=0;" target="RG7e_Q1HWxDHngHTMkDe-73" value="">
          <mxGeometry height="50" relative="1" width="50" as="geometry">
            <Array as="points" />
            <mxPoint x="910" y="910" as="sourcePoint" />
            <mxPoint x="909.5" y="940" as="targetPoint" />
          </mxGeometry>
        </mxCell>
        <mxCell id="RG7e_Q1HWxDHngHTMkDe-73" parent="1" style="whiteSpace=wrap;html=1;aspect=fixed;" value="" vertex="1">
          <mxGeometry height="40" width="40" x="920" y="920" as="geometry" />
        </mxCell>
        <mxCell id="RG7e_Q1HWxDHngHTMkDe-74" edge="1" parent="1" source="RG7e_Q1HWxDHngHTMkDe-75" style="endArrow=none;html=1;rounded=0;exitX=0.5;exitY=0;exitDx=0;exitDy=0;entryX=0.5;entryY=1;entryDx=0;entryDy=0;" target="RG7e_Q1HWxDHngHTMkDe-53" value="">
          <mxGeometry height="50" relative="1" width="50" as="geometry">
            <mxPoint x="570" y="920" as="sourcePoint" />
            <mxPoint x="570" y="890" as="targetPoint" />
          </mxGeometry>
        </mxCell>
        <mxCell id="RG7e_Q1HWxDHngHTMkDe-75" parent="1" style="whiteSpace=wrap;html=1;aspect=fixed;" value="" vertex="1">
          <mxGeometry height="40" width="40" x="520" y="920" as="geometry" />
        </mxCell>
        <mxCell id="RG7e_Q1HWxDHngHTMkDe-76" edge="1" parent="1" source="RG7e_Q1HWxDHngHTMkDe-59" style="endArrow=none;html=1;rounded=0;exitX=0.5;exitY=1;exitDx=0;exitDy=0;" target="RG7e_Q1HWxDHngHTMkDe-71" value="">
          <mxGeometry height="50" relative="1" width="50" as="geometry">
            <mxPoint x="740" y="1000" as="sourcePoint" />
            <mxPoint x="740.5" y="1040" as="targetPoint" />
          </mxGeometry>
        </mxCell>
        <mxCell id="RG7e_Q1HWxDHngHTMkDe-77" edge="1" parent="1" source="RG7e_Q1HWxDHngHTMkDe-68" style="endArrow=none;html=1;rounded=0;entryX=0.5;entryY=1;entryDx=0;entryDy=0;" target="RG7e_Q1HWxDHngHTMkDe-57" value="">
          <mxGeometry height="50" relative="1" width="50" as="geometry">
            <mxPoint x="580" y="1040" as="sourcePoint" />
            <mxPoint x="630" y="990" as="targetPoint" />
          </mxGeometry>
        </mxCell>
        <mxCell id="RG7e_Q1HWxDHngHTMkDe-81" parent="1" style="rhombus;whiteSpace=wrap;html=1;" value="&lt;u&gt;Vkod&lt;/u&gt;" vertex="1">
-           <mxGeometry height="80" width="80" x="940" y="280" as="geometry" />
+           <mxGeometry height="80" width="80" x="1540" y="278" as="geometry" />
        </mxCell>
        <mxCell id="RG7e_Q1HWxDHngHTMkDe-82" edge="1" parent="1" style="endArrow=none;html=1;rounded=0;" value="">
          <mxGeometry height="50" relative="1" width="50" as="geometry">
            <Array as="points">
-               <mxPoint x="979.3699999999999" y="360" />
+               <mxPoint x="1579.37" y="358" />
            </Array>
-             <mxPoint x="979.3699999999999" y="420" as="sourcePoint" />
-             <mxPoint x="979.3699999999999" y="410" as="targetPoint" />
+             <mxPoint x="1579.37" y="418" as="sourcePoint" />
+             <mxPoint x="1579.37" y="408" as="targetPoint" />
          </mxGeometry>
        </mxCell>
        <mxCell id="RG7e_Q1HWxDHngHTMkDe-83" parent="1" style="whiteSpace=wrap;html=1;aspect=fixed;" value="" vertex="1">
-           <mxGeometry height="40" width="40" x="960" y="400" as="geometry" />
+           <mxGeometry height="40" width="40" x="1560" y="398" as="geometry" />
        </mxCell>
        <mxCell id="RG7e_Q1HWxDHngHTMkDe-84" edge="1" parent="1" style="endArrow=none;html=1;rounded=0;entryX=1;entryY=0.5;entryDx=0;entryDy=0;" value="">
          <mxGeometry height="50" relative="1" width="50" as="geometry">
            <Array as="points">
-               <mxPoint x="720" y="260" />
+               <mxPoint x="1320" y="258" />
            </Array>
-             <mxPoint x="980" y="260" as="sourcePoint" />
-             <mxPoint x="660" y="259.9999999999999" as="targetPoint" />
+             <mxPoint x="1580" y="258" as="sourcePoint" />
+             <mxPoint x="1260" y="257.9999999999999" as="targetPoint" />
          </mxGeometry>
        </mxCell>
        <mxCell id="RG7e_Q1HWxDHngHTMkDe-86" edge="1" parent="1" style="endArrow=none;html=1;rounded=0;entryX=0;entryY=0.5;entryDx=0;entryDy=0;" target="cRNSnMfscdT3k6Sjh0Lz-2" value="">
          <mxGeometry height="50" relative="1" width="50" as="geometry">
            <mxPoint x="-620" y="250" as="sourcePoint" />
            <mxPoint x="270" y="420" as="targetPoint" />
          </mxGeometry>
        </mxCell>
        <mxCell id="RG7e_Q1HWxDHngHTMkDe-87" edge="1" parent="1" style="endArrow=none;html=1;rounded=0;" value="">
          <mxGeometry height="50" relative="1" width="50" as="geometry">
            <mxPoint x="20" y="700" as="sourcePoint" />
            <mxPoint x="-360" y="700" as="targetPoint" />
          </mxGeometry>
        </mxCell>
        <mxCell id="RG7e_Q1HWxDHngHTMkDe-88" edge="1" parent="1" style="endArrow=none;html=1;rounded=0;" value="">
          <mxGeometry height="50" relative="1" width="50" as="geometry">
            <mxPoint x="-361" y="700" as="sourcePoint" />
            <mxPoint x="-361.43" y="250" as="targetPoint" />
          </mxGeometry>
        </mxCell>
        <mxCell id="RG7e_Q1HWxDHngHTMkDe-89" edge="1" parent="1" source="RG7e_Q1HWxDHngHTMkDe-35" style="endArrow=none;html=1;rounded=0;exitX=0.5;exitY=0;exitDx=0;exitDy=0;" value="">
          <mxGeometry height="50" relative="1" width="50" as="geometry">
            <mxPoint x="-1000" y="760" as="sourcePoint" />
            <mxPoint x="-620" y="760" as="targetPoint" />
          </mxGeometry>
        </mxCell>
        <mxCell id="RG7e_Q1HWxDHngHTMkDe-90" edge="1" parent="1" style="endArrow=none;html=1;rounded=0;" value="">
          <mxGeometry height="50" relative="1" width="50" as="geometry">
            <mxPoint x="270" y="700" as="sourcePoint" />
            <mxPoint x="270" y="250" as="targetPoint" />
          </mxGeometry>
        </mxCell>
        <mxCell id="RG7e_Q1HWxDHngHTMkDe-91" edge="1" parent="1" style="endArrow=none;html=1;rounded=0;entryX=1;entryY=0.5;entryDx=0;entryDy=0;" target="cRNSnMfscdT3k6Sjh0Lz-2" value="">
          <mxGeometry height="50" relative="1" width="50" as="geometry">
            <mxPoint x="268.57" y="250" as="sourcePoint" />
            <mxPoint x="58.57" y="310" as="targetPoint" />
          </mxGeometry>
        </mxCell>
        <mxCell id="RG7e_Q1HWxDHngHTMkDe-92" edge="1" parent="1" style="endArrow=none;html=1;rounded=0;" value="">
          <mxGeometry height="50" relative="1" width="50" as="geometry">
            <mxPoint x="270" y="699" as="sourcePoint" />
            <mxPoint x="745.0000000000255" y="698.57" as="targetPoint" />
          </mxGeometry>
        </mxCell>
        <mxCell id="RG7e_Q1HWxDHngHTMkDe-93" edge="1" parent="1" source="cRNSnMfscdT3k6Sjh0Lz-23" style="endArrow=none;html=1;rounded=0;entryX=0.5;entryY=1;entryDx=0;entryDy=0;exitX=0.5;exitY=0;exitDx=0;exitDy=0;" target="cRNSnMfscdT3k6Sjh0Lz-20" value="">
          <mxGeometry height="50" relative="1" width="50" as="geometry">
            <mxPoint x="168.57" y="490" as="sourcePoint" />
            <mxPoint x="218.57" y="440" as="targetPoint" />
          </mxGeometry>
        </mxCell>
        <mxCell id="RG7e_Q1HWxDHngHTMkDe-95" parent="1" style="rhombus;whiteSpace=wrap;html=1;" value="Vendeg" vertex="1">
-           <mxGeometry height="80" width="80" x="1460" y="280" as="geometry" />
+           <mxGeometry height="80" width="80" x="820" y="320" as="geometry" />
        </mxCell>
        <mxCell id="RG7e_Q1HWxDHngHTMkDe-96" edge="1" parent="1" style="endArrow=none;html=1;rounded=0;" value="">
          <mxGeometry height="50" relative="1" width="50" as="geometry">
            <Array as="points">
-               <mxPoint x="1499.37" y="360" />
+               <mxPoint x="859.3699999999999" y="400" />
            </Array>
-             <mxPoint x="1499.37" y="420" as="sourcePoint" />
-             <mxPoint x="1499.37" y="410" as="targetPoint" />
+             <mxPoint x="859.3699999999999" y="460" as="sourcePoint" />
+             <mxPoint x="859.3699999999999" y="450" as="targetPoint" />
          </mxGeometry>
        </mxCell>
        <mxCell id="RG7e_Q1HWxDHngHTMkDe-97" parent="1" style="whiteSpace=wrap;html=1;aspect=fixed;" value="" vertex="1">
-           <mxGeometry height="40" width="40" x="1480" y="400" as="geometry" />
+           <mxGeometry height="40" width="40" x="840" y="440" as="geometry" />
        </mxCell>
        <mxCell id="RG7e_Q1HWxDHngHTMkDe-99" edge="1" parent="1" style="endArrow=none;html=1;rounded=0;" value="">
          <mxGeometry height="50" relative="1" width="50" as="geometry">
            <Array as="points">
-               <mxPoint x="1099.37" y="360" />
+               <mxPoint x="459.3699999999999" y="400" />
            </Array>
-             <mxPoint x="1099.37" y="420" as="sourcePoint" />
-             <mxPoint x="1099.37" y="410" as="targetPoint" />
+             <mxPoint x="459.3699999999999" y="460" as="sourcePoint" />
+             <mxPoint x="459.3699999999999" y="450" as="targetPoint" />
          </mxGeometry>
        </mxCell>
        <mxCell id="RG7e_Q1HWxDHngHTMkDe-100" parent="1" style="whiteSpace=wrap;html=1;aspect=fixed;" value="" vertex="1">
-           <mxGeometry height="40" width="40" x="1080" y="400" as="geometry" />
+           <mxGeometry height="40" width="40" x="440" y="440" as="geometry" />
        </mxCell>
        <mxCell id="RG7e_Q1HWxDHngHTMkDe-102" edge="1" parent="1" style="endArrow=none;html=1;rounded=0;entryX=1;entryY=0.5;entryDx=0;entryDy=0;" value="">
          <mxGeometry height="50" relative="1" width="50" as="geometry">
-             <mxPoint x="1500" y="240" as="sourcePoint" />
-             <mxPoint x="1290" y="239.9999999999999" as="targetPoint" />
+             <mxPoint x="860" y="280" as="sourcePoint" />
+             <mxPoint x="650" y="279.9999999999999" as="targetPoint" />
          </mxGeometry>
        </mxCell>
        <mxCell id="RG7e_Q1HWxDHngHTMkDe-103" edge="1" parent="1" source="RG7e_Q1HWxDHngHTMkDe-95" style="endArrow=none;html=1;rounded=0;exitX=0.5;exitY=0;exitDx=0;exitDy=0;" value="">
          <mxGeometry height="50" relative="1" width="50" as="geometry">
-             <mxPoint x="1650" y="450" as="sourcePoint" />
-             <mxPoint x="1500" y="240" as="targetPoint" />
+             <mxPoint x="1010" y="490" as="sourcePoint" />
+             <mxPoint x="860" y="280" as="targetPoint" />
          </mxGeometry>
        </mxCell>
        <mxCell id="RG7e_Q1HWxDHngHTMkDe-104" edge="1" parent="1" style="endArrow=none;html=1;rounded=0;entryX=0.5;entryY=1;entryDx=0;entryDy=0;" target="RG7e_Q1HWxDHngHTMkDe-33" value="">
          <mxGeometry height="50" relative="1" width="50" as="geometry">
            <mxPoint x="-740" y="840" as="sourcePoint" />
            <mxPoint x="-690" y="790" as="targetPoint" />
          </mxGeometry>
        </mxCell>
        <mxCell id="RG7e_Q1HWxDHngHTMkDe-105" edge="1" parent="1" style="endArrow=none;html=1;rounded=0;entryX=0.5;entryY=0;entryDx=0;entryDy=0;" target="RG7e_Q1HWxDHngHTMkDe-33" value="">
          <mxGeometry height="50" relative="1" width="50" as="geometry">
            <mxPoint x="-620" y="250" as="sourcePoint" />
            <mxPoint x="-540" y="680" as="targetPoint" />
          </mxGeometry>
        </mxCell>
        <mxCell id="RG7e_Q1HWxDHngHTMkDe-106" edge="1" parent="1" style="endArrow=none;html=1;rounded=0;entryX=0.5;entryY=0;entryDx=0;entryDy=0;" target="RG7e_Q1HWxDHngHTMkDe-38" value="">
          <mxGeometry height="50" relative="1" width="50" as="geometry">
            <mxPoint x="-620" y="760" as="sourcePoint" />
            <mxPoint x="-541.4300000000001" y="840" as="targetPoint" />
          </mxGeometry>
        </mxCell>
        <mxCell id="RG7e_Q1HWxDHngHTMkDe-108" edge="1" parent="1" style="endArrow=none;html=1;rounded=0;" value="">
          <mxGeometry height="50" relative="1" width="50" as="geometry">
-             <mxPoint x="1291" y="240" as="sourcePoint" />
-             <mxPoint x="1100" y="241" as="targetPoint" />
+             <mxPoint x="651" y="280" as="sourcePoint" />
+             <mxPoint x="460" y="281" as="targetPoint" />
          </mxGeometry>
        </mxCell>
        <mxCell id="RG7e_Q1HWxDHngHTMkDe-109" edge="1" parent="1" style="endArrow=none;html=1;rounded=0;entryX=0.5;entryY=0;entryDx=0;entryDy=0;" value="">
          <mxGeometry height="50" relative="1" width="50" as="geometry">
-             <mxPoint x="1100" y="240" as="sourcePoint" />
-             <mxPoint x="1100" y="279.9999999999999" as="targetPoint" />
+             <mxPoint x="460" y="280" as="sourcePoint" />
+             <mxPoint x="460" y="319.9999999999999" as="targetPoint" />
          </mxGeometry>
        </mxCell>
        <mxCell id="RG7e_Q1HWxDHngHTMkDe-110" edge="1" parent="1" source="RG7e_Q1HWxDHngHTMkDe-98" style="endArrow=none;dashed=1;html=1;dashPattern=1 3;strokeWidth=2;rounded=0;" value="">
          <mxGeometry height="50" relative="1" width="50" as="geometry">
-             <mxPoint x="1120" y="332" as="sourcePoint" />
-             <mxPoint x="1080" y="332.29" as="targetPoint" />
+             <mxPoint x="480" y="372" as="sourcePoint" />
+             <mxPoint x="440" y="372.29" as="targetPoint" />
          </mxGeometry>
        </mxCell>
        <mxCell id="RG7e_Q1HWxDHngHTMkDe-111" edge="1" parent="1" style="endArrow=none;dashed=1;html=1;dashPattern=1 3;strokeWidth=2;rounded=0;exitX=1;exitY=1;exitDx=0;exitDy=0;" value="">
          <mxGeometry height="50" relative="1" width="50" as="geometry">
-             <mxPoint x="1520" y="330" as="sourcePoint" />
-             <mxPoint x="1480" y="330" as="targetPoint" />
+             <mxPoint x="880" y="370" as="sourcePoint" />
+             <mxPoint x="840" y="370" as="targetPoint" />
          </mxGeometry>
        </mxCell>
        <mxCell id="RG7e_Q1HWxDHngHTMkDe-98" parent="1" style="rhombus;whiteSpace=wrap;html=1;" value="Etterem" vertex="1">
-           <mxGeometry height="80" width="80" x="1060" y="280" as="geometry" />
+           <mxGeometry height="80" width="80" x="420" y="320" as="geometry" />
        </mxCell>
        <mxCell id="neh2cUuCY0D2bWV3mWCs-2" edge="1" parent="1" style="endArrow=none;dashed=1;html=1;dashPattern=1 3;strokeWidth=2;rounded=0;exitX=1;exitY=1;exitDx=0;exitDy=0;entryX=0;entryY=1;entryDx=0;entryDy=0;" value="">
          <mxGeometry height="50" relative="1" width="50" as="geometry">
-             <mxPoint x="1120" y="330" as="sourcePoint" />
-             <mxPoint x="1080" y="330" as="targetPoint" />
+             <mxPoint x="480" y="370" as="sourcePoint" />
+             <mxPoint x="440" y="370" as="targetPoint" />
          </mxGeometry>
        </mxCell>
        <mxCell id="jQbM_TmNQP2dkpPINiIH-1" edge="1" parent="1" source="RG7e_Q1HWxDHngHTMkDe-81" style="endArrow=none;html=1;rounded=0;exitX=0.5;exitY=0;exitDx=0;exitDy=0;" value="">
          <mxGeometry height="50" relative="1" width="50" as="geometry">
-             <mxPoint x="510" y="360" as="sourcePoint" />
-             <mxPoint x="980" y="260" as="targetPoint" />
+             <mxPoint x="1110" y="358" as="sourcePoint" />
+             <mxPoint x="1580" y="258" as="targetPoint" />
          </mxGeometry>
        </mxCell>
        <mxCell id="o1hduBlmX-iCv-unI9vT-1" edge="1" parent="1" style="endArrow=none;html=1;rounded=0;entryX=0.5;entryY=1;entryDx=0;entryDy=0;" target="hJ1O73lJxuiaSyrEaOxn-84" value="">
          <mxGeometry height="50" relative="1" width="50" as="geometry">
-             <mxPoint x="540" y="600" as="sourcePoint" />
-             <mxPoint x="540" y="550" as="targetPoint" />
+             <mxPoint x="1140" y="598" as="sourcePoint" />
+             <mxPoint x="1140" y="548" as="targetPoint" />
          </mxGeometry>
        </mxCell>
        <mxCell id="hJ1O73lJxuiaSyrEaOxn-84" parent="1" style="whiteSpace=wrap;html=1;aspect=fixed;" value="" vertex="1">
-           <mxGeometry height="40" width="40" x="520" y="560" as="geometry" />
+           <mxGeometry height="40" width="40" x="1120" y="558" as="geometry" />
        </mxCell>
        <mxCell id="o1hduBlmX-iCv-unI9vT-2" edge="1" parent="1" style="endArrow=none;html=1;rounded=0;" target="RG7e_Q1HWxDHngHTMkDe-43" value="">
          <mxGeometry height="50" relative="1" width="50" as="geometry">
            <Array as="points" />
            <mxPoint x="-860.6300000000001" y="920" as="sourcePoint" />
            <mxPoint x="-860.6300000000001" y="910" as="targetPoint" />
          </mxGeometry>
        </mxCell>
        <mxCell id="RG7e_Q1HWxDHngHTMkDe-43" parent="1" style="whiteSpace=wrap;html=1;aspect=fixed;" value="" vertex="1">
          <mxGeometry height="40" width="40" x="-880" y="880" as="geometry" />
+         </mxCell>
+         <mxCell id="govYzo9dzKMsj_5HjIoy-1" edge="1" parent="1" source="cRNSnMfscdT3k6Sjh0Lz-1" style="edgeStyle=orthogonalEdgeStyle;rounded=0;orthogonalLoop=1;jettySize=auto;html=1;exitX=0.5;exitY=1;exitDx=0;exitDy=0;" target="cRNSnMfscdT3k6Sjh0Lz-1">
+           <mxGeometry relative="1" as="geometry" />
+         </mxCell>
+         <mxCell id="govYzo9dzKMsj_5HjIoy-2" edge="1" parent="1" source="RG7e_Q1HWxDHngHTMkDe-24" style="endArrow=none;html=1;rounded=0;exitX=0.5;exitY=0;exitDx=0;exitDy=0;entryX=0.5;entryY=1;entryDx=0;entryDy=0;" target="RG7e_Q1HWxDHngHTMkDe-7" value="">
+           <mxGeometry height="50" relative="1" width="50" as="geometry">
+             <mxPoint x="710" y="730" as="sourcePoint" />
+             <mxPoint x="760" y="680" as="targetPoint" />
+           </mxGeometry>
        </mxCell>
      </root>
    </mxGraphModel>
  </diagram>
</mxfile>
